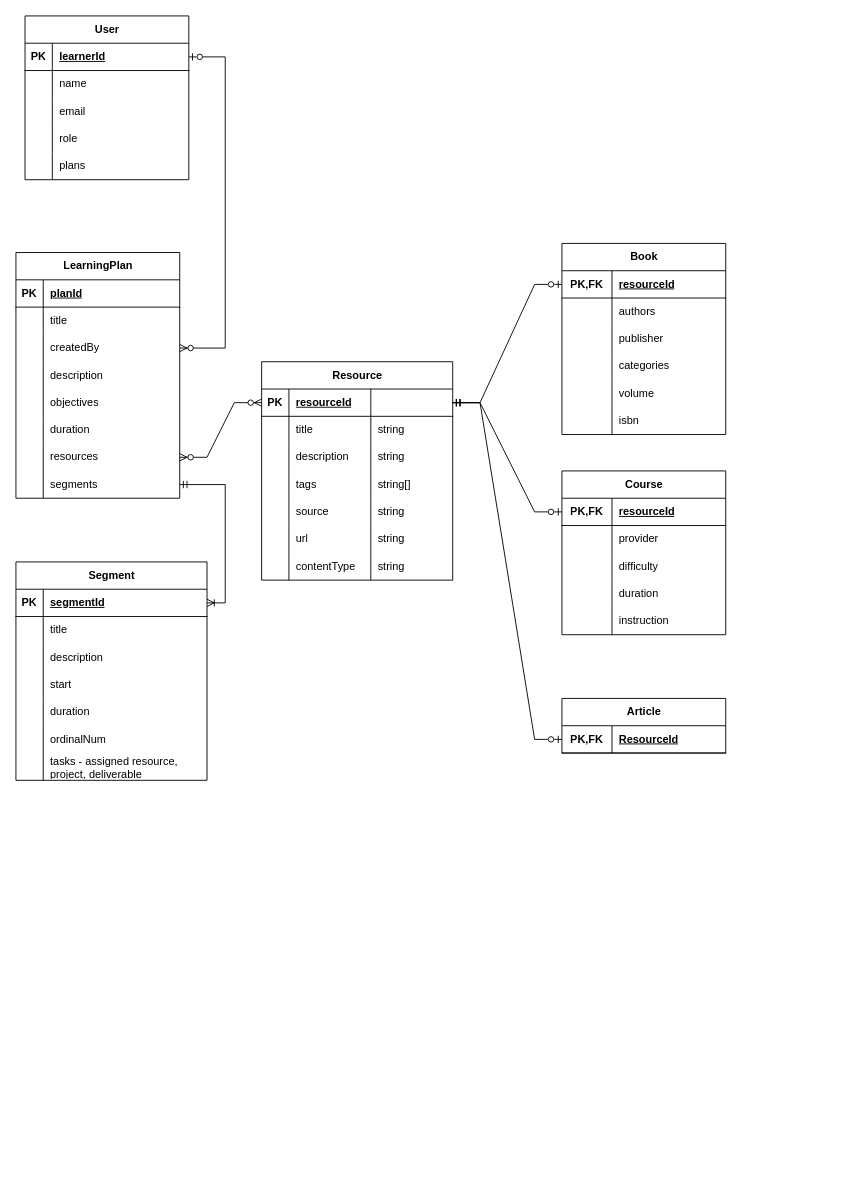
This is elle.drawio from suha-nathan/ellev2, a draw.io file, before an edit. Source tidied: cells renumbered, new cells numbered last; positions are measured from the earlier drawing's top-left corner, leaving out a move shared by most shapes. Both pictures are drawn from the tidied source at 91%, with x=0, y=0 at pixel (15, 15).
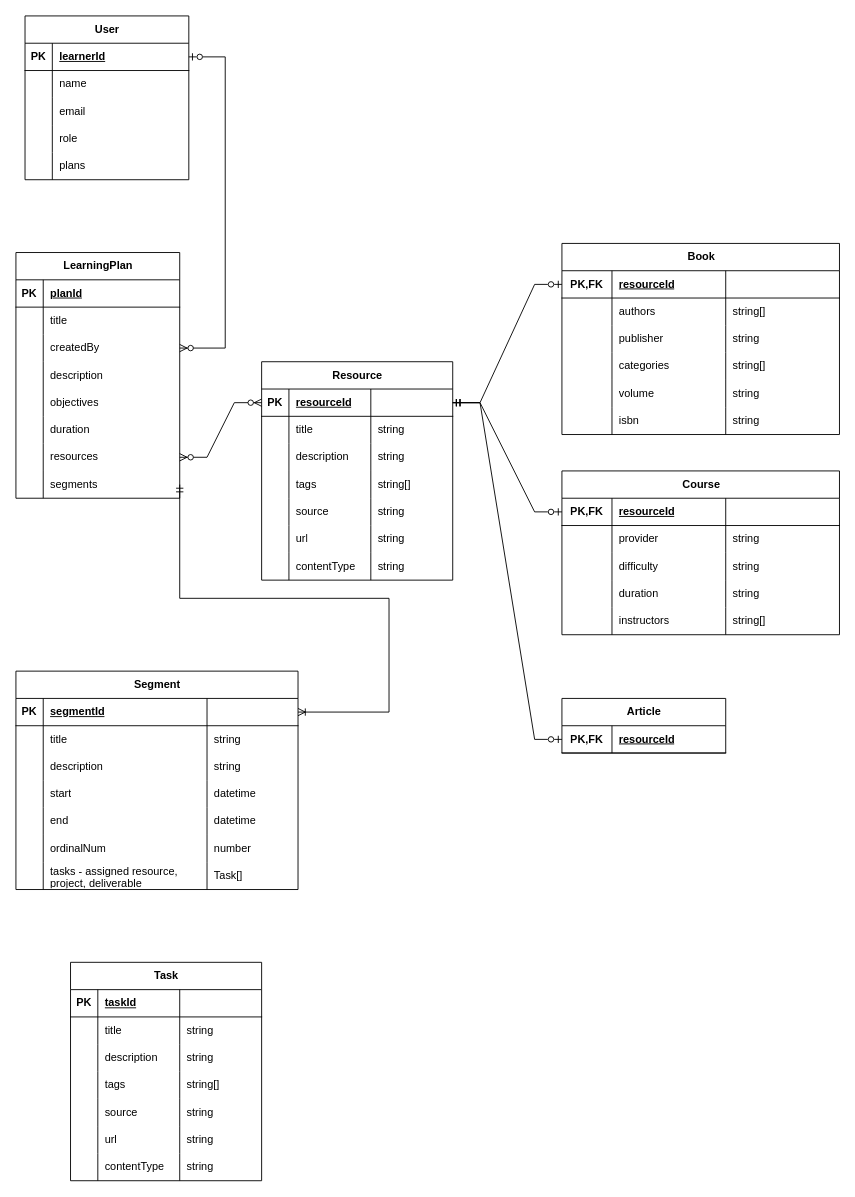
After the change.

The change refers to these unchanged cells:
```xml
<mxCell id="90" style="shape=tableRow;horizontal=0;startSize=0;swimlaneHead=0;swimlaneBody=0;fillColor=none;points=[[0,0.5],[1,0.5]];portConstraint=eastwest;top=0;left=0;right=0;bottom=0;" parent="68" vertex="1">
  <mxGeometry y="240" width="180" height="30" as="geometry" />
</mxCell>
<mxCell id="110" style="shape=tableRow;horizontal=0;startSize=0;swimlaneHead=0;swimlaneBody=0;fillColor=none;points=[[0,0.5],[1,0.5]];portConstraint=eastwest;top=0;left=0;right=0;bottom=1;" parent="109" vertex="1">
  <mxGeometry y="30" width="180" height="30" as="geometry" />
</mxCell>
```

The edit, as a diff of the source:
```diff
@@
     <mxCell id="31" value="Book" style="shape=table;startSize=30;childLayout=tableLayout;rowLines=0;fontStyle=1;align=center;html=1;" parent="1" vertex="1">
-      <mxGeometry x="600" y="250" width="180" height="210" as="geometry" />
+      <mxGeometry x="600" y="250" width="305" height="210" as="geometry" />
     </mxCell>
     <mxCell id="32" style="shape=tableRow;horizontal=0;startSize=0;swimlaneHead=0;swimlaneBody=0;fillColor=none;points=[[0,0.5],[1,0.5]];portConstraint=eastwest;top=0;left=0;right=0;bottom=1;" parent="31" vertex="1">
-      <mxGeometry y="30" width="180" height="30" as="geometry" />
+      <mxGeometry y="30" width="305" height="30" as="geometry" />
     </mxCell>
@@
+    <mxCell id="140" style="shape=partialRectangle;fillColor=none;top=0;left=0;bottom=0;right=0;align=left;spacingLeft=6;fontStyle=5;overflow=hidden;whiteSpace=wrap;html=1;" parent="32" vertex="1">
+      <mxGeometry x="180" width="125" height="30" as="geometry" />
+    </mxCell>
     <mxCell id="35" style="shape=tableRow;horizontal=0;startSize=0;swimlaneHead=0;swimlaneBody=0;fillColor=none;top=0;left=0;right=0;bottom=0;" parent="31" vertex="1">
-      <mxGeometry y="60" width="180" height="30" as="geometry" />
+      <mxGeometry y="60" width="305" height="30" as="geometry" />
     </mxCell>
@@
+    <mxCell id="141" value="string[]" style="shape=partialRectangle;fillColor=none;top=0;left=0;bottom=0;right=0;align=left;spacingLeft=6;overflow=hidden;whiteSpace=wrap;html=1;" parent="35" vertex="1">
+      <mxGeometry x="180" width="125" height="30" as="geometry" />
+    </mxCell>
     <mxCell id="38" style="shape=tableRow;horizontal=0;startSize=0;swimlaneHead=0;swimlaneBody=0;fillColor=none;top=0;left=0;right=0;bottom=0;" parent="31" vertex="1">
-      <mxGeometry y="90" width="180" height="30" as="geometry" />
+      <mxGeometry y="90" width="305" height="30" as="geometry" />
     </mxCell>
@@
+    <mxCell id="142" value="string" style="shape=partialRectangle;fillColor=none;top=0;left=0;bottom=0;right=0;align=left;spacingLeft=6;overflow=hidden;whiteSpace=wrap;html=1;" parent="38" vertex="1">
+      <mxGeometry x="180" width="125" height="30" as="geometry" />
+    </mxCell>
     <mxCell id="41" style="shape=tableRow;horizontal=0;startSize=0;swimlaneHead=0;swimlaneBody=0;fillColor=none;top=0;left=0;right=0;bottom=0;" parent="31" vertex="1">
-      <mxGeometry y="120" width="180" height="30" as="geometry" />
+      <mxGeometry y="120" width="305" height="30" as="geometry" />
     </mxCell>
@@
+    <mxCell id="143" value="string[]" style="shape=partialRectangle;fillColor=none;top=0;left=0;bottom=0;right=0;align=left;spacingLeft=6;overflow=hidden;whiteSpace=wrap;html=1;" parent="41" vertex="1">
+      <mxGeometry x="180" width="125" height="30" as="geometry" />
+    </mxCell>
     <mxCell id="44" style="shape=tableRow;horizontal=0;startSize=0;swimlaneHead=0;swimlaneBody=0;fillColor=none;top=0;left=0;right=0;bottom=0;" parent="31" vertex="1">
-      <mxGeometry y="150" width="180" height="30" as="geometry" />
+      <mxGeometry y="150" width="305" height="30" as="geometry" />
     </mxCell>
@@
+    <mxCell id="144" value="string" style="shape=partialRectangle;fillColor=none;top=0;left=0;bottom=0;right=0;align=left;spacingLeft=6;overflow=hidden;whiteSpace=wrap;html=1;" parent="44" vertex="1">
+      <mxGeometry x="180" width="125" height="30" as="geometry" />
+    </mxCell>
     <mxCell id="47" style="shape=tableRow;horizontal=0;startSize=0;swimlaneHead=0;swimlaneBody=0;fillColor=none;top=0;left=0;right=0;bottom=0;" parent="31" vertex="1">
-      <mxGeometry y="180" width="180" height="30" as="geometry" />
+      <mxGeometry y="180" width="305" height="30" as="geometry" />
     </mxCell>
@@
+    <mxCell id="145" value="string" style="shape=partialRectangle;fillColor=none;top=0;left=0;bottom=0;right=0;align=left;spacingLeft=6;overflow=hidden;whiteSpace=wrap;html=1;" parent="47" vertex="1">
+      <mxGeometry x="180" width="125" height="30" as="geometry" />
+    </mxCell>
@@
     <mxCell id="51" value="Course" style="shape=table;startSize=30;childLayout=tableLayout;rowLines=0;fontStyle=1;align=center;html=1;" parent="1" vertex="1">
-      <mxGeometry x="600" y="500" width="180" height="180" as="geometry" />
+      <mxGeometry x="600" y="500" width="305" height="180" as="geometry" />
     </mxCell>
     <mxCell id="52" style="shape=tableRow;horizontal=0;startSize=0;swimlaneHead=0;swimlaneBody=0;fillColor=none;points=[[0,0.5],[1,0.5]];portConstraint=eastwest;top=0;left=0;right=0;bottom=1;" parent="51" vertex="1">
-      <mxGeometry y="30" width="180" height="30" as="geometry" />
+      <mxGeometry y="30" width="305" height="30" as="geometry" />
     </mxCell>
@@
+    <mxCell id="146" style="shape=partialRectangle;fillColor=none;top=0;left=0;bottom=0;right=0;align=left;spacingLeft=6;fontStyle=5;overflow=hidden;whiteSpace=wrap;html=1;" parent="52" vertex="1">
+      <mxGeometry x="180" width="125" height="30" as="geometry" />
+    </mxCell>
     <mxCell id="55" style="shape=tableRow;horizontal=0;startSize=0;swimlaneHead=0;swimlaneBody=0;fillColor=none;top=0;left=0;right=0;bottom=0;" parent="51" vertex="1">
-      <mxGeometry y="60" width="180" height="30" as="geometry" />
+      <mxGeometry y="60" width="305" height="30" as="geometry" />
     </mxCell>
@@
+    <mxCell id="147" value="string" style="shape=partialRectangle;fillColor=none;top=0;left=0;bottom=0;right=0;align=left;spacingLeft=6;overflow=hidden;whiteSpace=wrap;html=1;" parent="55" vertex="1">
+      <mxGeometry x="180" width="125" height="30" as="geometry" />
+    </mxCell>
     <mxCell id="58" style="shape=tableRow;horizontal=0;startSize=0;swimlaneHead=0;swimlaneBody=0;fillColor=none;top=0;left=0;right=0;bottom=0;" parent="51" vertex="1">
-      <mxGeometry y="90" width="180" height="30" as="geometry" />
+      <mxGeometry y="90" width="305" height="30" as="geometry" />
     </mxCell>
@@
+    <mxCell id="148" value="string" style="shape=partialRectangle;fillColor=none;top=0;left=0;bottom=0;right=0;align=left;spacingLeft=6;overflow=hidden;whiteSpace=wrap;html=1;" parent="58" vertex="1">
+      <mxGeometry x="180" width="125" height="30" as="geometry" />
+    </mxCell>
     <mxCell id="61" style="shape=tableRow;horizontal=0;startSize=0;swimlaneHead=0;swimlaneBody=0;fillColor=none;top=0;left=0;right=0;bottom=0;" parent="51" vertex="1">
-      <mxGeometry y="120" width="180" height="30" as="geometry" />
+      <mxGeometry y="120" width="305" height="30" as="geometry" />
     </mxCell>
@@
+    <mxCell id="149" value="string" style="shape=partialRectangle;fillColor=none;top=0;left=0;bottom=0;right=0;align=left;spacingLeft=6;overflow=hidden;whiteSpace=wrap;html=1;" parent="61" vertex="1">
+      <mxGeometry x="180" width="125" height="30" as="geometry" />
+    </mxCell>
     <mxCell id="64" style="shape=tableRow;horizontal=0;startSize=0;swimlaneHead=0;swimlaneBody=0;fillColor=none;top=0;left=0;right=0;bottom=0;" parent="51" vertex="1">
-      <mxGeometry y="150" width="180" height="30" as="geometry" />
+      <mxGeometry y="150" width="305" height="30" as="geometry" />
     </mxCell>
@@
-    <mxCell id="66" value="instruction" style="shape=partialRectangle;fillColor=none;top=0;left=0;bottom=0;right=0;align=left;spacingLeft=6;overflow=hidden;whiteSpace=wrap;html=1;" parent="64" vertex="1">
+    <mxCell id="66" value="instructors" style="shape=partialRectangle;fillColor=none;top=0;left=0;bottom=0;right=0;align=left;spacingLeft=6;overflow=hidden;whiteSpace=wrap;html=1;" parent="64" vertex="1">
       <mxGeometry x="55" width="125" height="30" as="geometry" />
     </mxCell>
+    <mxCell id="150" value="string[]" style="shape=partialRectangle;fillColor=none;top=0;left=0;bottom=0;right=0;align=left;spacingLeft=6;overflow=hidden;whiteSpace=wrap;html=1;" parent="64" vertex="1">
+      <mxGeometry x="180" width="125" height="30" as="geometry" />
+    </mxCell>
@@
-    <mxCell id="112" value="ResourceId" style="shape=partialRectangle;fillColor=none;top=0;left=0;bottom=0;right=0;align=left;spacingLeft=6;fontStyle=5;overflow=hidden;whiteSpace=wrap;html=1;" parent="110" vertex="1">
+    <mxCell id="112" value="resourceId" style="shape=partialRectangle;fillColor=none;top=0;left=0;bottom=0;right=0;align=left;spacingLeft=6;fontStyle=5;overflow=hidden;whiteSpace=wrap;html=1;" parent="110" vertex="1">
       <mxGeometry x="55" width="125" height="30" as="geometry" />
     </mxCell>
@@
     <mxCell id="116" value="Segment" style="shape=table;startSize=30;childLayout=tableLayout;rowLines=0;fontStyle=1;align=center;html=1;" parent="1" vertex="1">
-      <mxGeometry y="600" width="210" height="240" as="geometry" />
+      <mxGeometry y="720" width="310" height="240" as="geometry" />
     </mxCell>
     <mxCell id="117" style="shape=tableRow;horizontal=0;startSize=0;swimlaneHead=0;swimlaneBody=0;fillColor=none;points=[[0,0.5],[1,0.5]];portConstraint=eastwest;top=0;left=0;right=0;bottom=1;" parent="116" vertex="1">
-      <mxGeometry y="30" width="210" height="30" as="geometry" />
+      <mxGeometry y="30" width="310" height="30" as="geometry" />
     </mxCell>
@@
+    <mxCell id="151" style="shape=partialRectangle;fillColor=none;top=0;left=0;bottom=0;right=0;align=left;spacingLeft=6;fontStyle=5;overflow=hidden;whiteSpace=wrap;html=1;" parent="117" vertex="1">
+      <mxGeometry x="210" width="100" height="30" as="geometry" />
+    </mxCell>
     <mxCell id="120" style="shape=tableRow;horizontal=0;startSize=0;swimlaneHead=0;swimlaneBody=0;fillColor=none;top=0;left=0;right=0;bottom=0;" parent="116" vertex="1">
-      <mxGeometry y="60" width="210" height="30" as="geometry" />
+      <mxGeometry y="60" width="310" height="30" as="geometry" />
     </mxCell>
@@
+    <mxCell id="152" value="string" style="shape=partialRectangle;fillColor=none;top=0;left=0;bottom=0;right=0;align=left;spacingLeft=6;overflow=hidden;whiteSpace=wrap;html=1;" parent="120" vertex="1">
+      <mxGeometry x="210" width="100" height="30" as="geometry" />
+    </mxCell>
     <mxCell id="123" style="shape=tableRow;horizontal=0;startSize=0;swimlaneHead=0;swimlaneBody=0;fillColor=none;points=[[0,0.5],[1,0.5]];portConstraint=eastwest;top=0;left=0;right=0;bottom=0;" parent="116" vertex="1">
-      <mxGeometry y="90" width="210" height="30" as="geometry" />
+      <mxGeometry y="90" width="310" height="30" as="geometry" />
     </mxCell>
@@
+    <mxCell id="153" value="string" style="shape=partialRectangle;fillColor=none;top=0;left=0;bottom=0;right=0;align=left;spacingLeft=6;overflow=hidden;whiteSpace=wrap;html=1;" parent="123" vertex="1">
+      <mxGeometry x="210" width="100" height="30" as="geometry" />
+    </mxCell>
     <mxCell id="126" style="shape=tableRow;horizontal=0;startSize=0;swimlaneHead=0;swimlaneBody=0;fillColor=none;top=0;left=0;right=0;bottom=0;" parent="116" vertex="1">
-      <mxGeometry y="120" width="210" height="30" as="geometry" />
+      <mxGeometry y="120" width="310" height="30" as="geometry" />
     </mxCell>
@@
+    <mxCell id="154" value="datetime" style="shape=partialRectangle;fillColor=none;top=0;left=0;bottom=0;right=0;align=left;spacingLeft=6;overflow=hidden;whiteSpace=wrap;html=1;" parent="126" vertex="1">
+      <mxGeometry x="210" width="100" height="30" as="geometry" />
+    </mxCell>
     <mxCell id="129" style="shape=tableRow;horizontal=0;startSize=0;swimlaneHead=0;swimlaneBody=0;fillColor=none;top=0;left=0;right=0;bottom=0;" parent="116" vertex="1">
-      <mxGeometry y="150" width="210" height="30" as="geometry" />
+      <mxGeometry y="150" width="310" height="30" as="geometry" />
     </mxCell>
@@
-    <mxCell id="131" value="duration" style="shape=partialRectangle;fillColor=none;top=0;left=0;bottom=0;right=0;align=left;spacingLeft=6;overflow=hidden;whiteSpace=wrap;html=1;" parent="129" vertex="1">
+    <mxCell id="131" value="end" style="shape=partialRectangle;fillColor=none;top=0;left=0;bottom=0;right=0;align=left;spacingLeft=6;overflow=hidden;whiteSpace=wrap;html=1;" parent="129" vertex="1">
       <mxGeometry x="30" width="180" height="30" as="geometry" />
     </mxCell>
+    <mxCell id="155" value="datetime" style="shape=partialRectangle;fillColor=none;top=0;left=0;bottom=0;right=0;align=left;spacingLeft=6;overflow=hidden;whiteSpace=wrap;html=1;" parent="129" vertex="1">
+      <mxGeometry x="210" width="100" height="30" as="geometry" />
+    </mxCell>
     <mxCell id="132" style="shape=tableRow;horizontal=0;startSize=0;swimlaneHead=0;swimlaneBody=0;fillColor=none;top=0;left=0;right=0;bottom=0;" parent="116" vertex="1">
-      <mxGeometry y="180" width="210" height="30" as="geometry" />
+      <mxGeometry y="180" width="310" height="30" as="geometry" />
     </mxCell>
@@
+    <mxCell id="156" value="number" style="shape=partialRectangle;fillColor=none;top=0;left=0;bottom=0;right=0;align=left;spacingLeft=6;overflow=hidden;whiteSpace=wrap;html=1;" parent="132" vertex="1">
+      <mxGeometry x="210" width="100" height="30" as="geometry" />
+    </mxCell>
     <mxCell id="135" style="shape=tableRow;horizontal=0;startSize=0;swimlaneHead=0;swimlaneBody=0;fillColor=none;top=0;left=0;right=0;bottom=0;" parent="116" vertex="1">
-      <mxGeometry y="210" width="210" height="30" as="geometry" />
+      <mxGeometry y="210" width="310" height="30" as="geometry" />
     </mxCell>
@@
+    <mxCell id="157" value="Task[]" style="shape=partialRectangle;fillColor=none;top=0;left=0;bottom=0;right=0;align=left;spacingLeft=6;overflow=hidden;whiteSpace=wrap;html=1;" parent="135" vertex="1">
+      <mxGeometry x="210" width="100" height="30" as="geometry" />
+    </mxCell>
@@
     <mxCell id="139" style="edgeStyle=orthogonalEdgeStyle;rounded=0;jettySize=auto;html=1;exitX=1;exitY=0.5;exitDx=0;exitDy=0;entryX=1;entryY=0.5;entryDx=0;entryDy=0;startArrow=ERmandOne;startFill=0;endArrow=ERoneToMany;endFill=0;" parent="1" edge="1" source="90" target="117">
-      <mxGeometry relative="1" as="geometry" />
+      <mxGeometry relative="1" as="geometry">
+        <Array as="points">
+          <mxPoint x="180" y="640" />
+          <mxPoint x="410" y="640" />
+          <mxPoint x="410" y="765" />
+        </Array>
+      </mxGeometry>
     </mxCell>
+    <mxCell id="158" value="Task" style="shape=table;startSize=30;childLayout=tableLayout;rowLines=0;fontStyle=1;align=center;html=1;" parent="1" vertex="1">
+      <mxGeometry x="60" y="1040" width="210" height="240" as="geometry" />
+    </mxCell>
+    <mxCell id="159" style="shape=tableRow;horizontal=0;startSize=0;swimlaneHead=0;swimlaneBody=0;fillColor=none;top=0;left=0;right=0;bottom=1;" parent="158" vertex="1">
+      <mxGeometry y="30" width="210" height="30" as="geometry" />
+    </mxCell>
+    <mxCell id="160" value="PK" style="shape=partialRectangle;fillColor=none;top=0;left=0;bottom=0;right=0;fontStyle=1;overflow=hidden;whiteSpace=wrap;html=1;" parent="159" vertex="1">
+      <mxGeometry width="30" height="30" as="geometry" />
+    </mxCell>
+    <mxCell id="161" value="taskId" style="shape=partialRectangle;fillColor=none;top=0;left=0;bottom=0;right=0;align=left;spacingLeft=6;fontStyle=5;overflow=hidden;whiteSpace=wrap;html=1;" parent="159" vertex="1">
+      <mxGeometry x="30" width="90" height="30" as="geometry" />
+    </mxCell>
+    <mxCell id="162" style="shape=partialRectangle;fillColor=none;top=0;left=0;bottom=0;right=0;align=left;spacingLeft=6;fontStyle=5;overflow=hidden;whiteSpace=wrap;html=1;" parent="159" vertex="1">
+      <mxGeometry x="120" width="90" height="30" as="geometry" />
+    </mxCell>
+    <mxCell id="163" style="shape=tableRow;horizontal=0;startSize=0;swimlaneHead=0;swimlaneBody=0;fillColor=none;top=0;left=0;right=0;bottom=0;" parent="158" vertex="1">
+      <mxGeometry y="60" width="210" height="30" as="geometry" />
+    </mxCell>
+    <mxCell id="164" style="shape=partialRectangle;fillColor=none;top=0;left=0;bottom=0;right=0;overflow=hidden;whiteSpace=wrap;html=1;" parent="163" vertex="1">
+      <mxGeometry width="30" height="30" as="geometry" />
+    </mxCell>
+    <mxCell id="165" value="title" style="shape=partialRectangle;fillColor=none;top=0;left=0;bottom=0;right=0;align=left;spacingLeft=6;overflow=hidden;whiteSpace=wrap;html=1;" parent="163" vertex="1">
+      <mxGeometry x="30" width="90" height="30" as="geometry" />
+    </mxCell>
+    <mxCell id="166" value="string" style="shape=partialRectangle;fillColor=none;top=0;left=0;bottom=0;right=0;align=left;spacingLeft=6;overflow=hidden;whiteSpace=wrap;html=1;" parent="163" vertex="1">
+      <mxGeometry x="120" width="90" height="30" as="geometry" />
+    </mxCell>
+    <mxCell id="167" style="shape=tableRow;horizontal=0;startSize=0;swimlaneHead=0;swimlaneBody=0;fillColor=none;top=0;left=0;right=0;bottom=0;" parent="158" vertex="1">
+      <mxGeometry y="90" width="210" height="30" as="geometry" />
+    </mxCell>
+    <mxCell id="168" style="shape=partialRectangle;fillColor=none;top=0;left=0;bottom=0;right=0;overflow=hidden;whiteSpace=wrap;html=1;" parent="167" vertex="1">
+      <mxGeometry width="30" height="30" as="geometry" />
+    </mxCell>
+    <mxCell id="169" value="description" style="shape=partialRectangle;fillColor=none;top=0;left=0;bottom=0;right=0;align=left;spacingLeft=6;overflow=hidden;whiteSpace=wrap;html=1;" parent="167" vertex="1">
+      <mxGeometry x="30" width="90" height="30" as="geometry" />
+    </mxCell>
+    <mxCell id="170" value="string" style="shape=partialRectangle;fillColor=none;top=0;left=0;bottom=0;right=0;align=left;spacingLeft=6;overflow=hidden;whiteSpace=wrap;html=1;" parent="167" vertex="1">
+      <mxGeometry x="120" width="90" height="30" as="geometry" />
+    </mxCell>
+    <mxCell id="171" style="shape=tableRow;horizontal=0;startSize=0;swimlaneHead=0;swimlaneBody=0;fillColor=none;top=0;left=0;right=0;bottom=0;" parent="158" vertex="1">
+      <mxGeometry y="120" width="210" height="30" as="geometry" />
+    </mxCell>
+    <mxCell id="172" style="shape=partialRectangle;fillColor=none;top=0;left=0;bottom=0;right=0;overflow=hidden;whiteSpace=wrap;html=1;" parent="171" vertex="1">
+      <mxGeometry width="30" height="30" as="geometry" />
+    </mxCell>
+    <mxCell id="173" value="tags" style="shape=partialRectangle;fillColor=none;top=0;left=0;bottom=0;right=0;align=left;spacingLeft=6;overflow=hidden;whiteSpace=wrap;html=1;" parent="171" vertex="1">
+      <mxGeometry x="30" width="90" height="30" as="geometry" />
+    </mxCell>
+    <mxCell id="174" value="string[]" style="shape=partialRectangle;fillColor=none;top=0;left=0;bottom=0;right=0;align=left;spacingLeft=6;overflow=hidden;whiteSpace=wrap;html=1;" parent="171" vertex="1">
+      <mxGeometry x="120" width="90" height="30" as="geometry" />
+    </mxCell>
+    <mxCell id="175" style="shape=tableRow;horizontal=0;startSize=0;swimlaneHead=0;swimlaneBody=0;fillColor=none;top=0;left=0;right=0;bottom=0;" parent="158" vertex="1">
+      <mxGeometry y="150" width="210" height="30" as="geometry" />
+    </mxCell>
+    <mxCell id="176" style="shape=partialRectangle;fillColor=none;top=0;left=0;bottom=0;right=0;overflow=hidden;whiteSpace=wrap;html=1;" parent="175" vertex="1">
+      <mxGeometry width="30" height="30" as="geometry" />
+    </mxCell>
+    <mxCell id="177" value="source" style="shape=partialRectangle;fillColor=none;top=0;left=0;bottom=0;right=0;align=left;spacingLeft=6;overflow=hidden;whiteSpace=wrap;html=1;" parent="175" vertex="1">
+      <mxGeometry x="30" width="90" height="30" as="geometry" />
+    </mxCell>
+    <mxCell id="178" value="string" style="shape=partialRectangle;fillColor=none;top=0;left=0;bottom=0;right=0;align=left;spacingLeft=6;overflow=hidden;whiteSpace=wrap;html=1;" parent="175" vertex="1">
+      <mxGeometry x="120" width="90" height="30" as="geometry" />
+    </mxCell>
+    <mxCell id="179" style="shape=tableRow;horizontal=0;startSize=0;swimlaneHead=0;swimlaneBody=0;fillColor=none;top=0;left=0;right=0;bottom=0;" parent="158" vertex="1">
+      <mxGeometry y="180" width="210" height="30" as="geometry" />
+    </mxCell>
+    <mxCell id="180" style="shape=partialRectangle;fillColor=none;top=0;left=0;bottom=0;right=0;overflow=hidden;whiteSpace=wrap;html=1;" parent="179" vertex="1">
+      <mxGeometry width="30" height="30" as="geometry" />
+    </mxCell>
+    <mxCell id="181" value="url" style="shape=partialRectangle;fillColor=none;top=0;left=0;bottom=0;right=0;align=left;spacingLeft=6;overflow=hidden;whiteSpace=wrap;html=1;" parent="179" vertex="1">
+      <mxGeometry x="30" width="90" height="30" as="geometry" />
+    </mxCell>
+    <mxCell id="182" value="string" style="shape=partialRectangle;fillColor=none;top=0;left=0;bottom=0;right=0;align=left;spacingLeft=6;overflow=hidden;whiteSpace=wrap;html=1;" parent="179" vertex="1">
+      <mxGeometry x="120" width="90" height="30" as="geometry" />
+    </mxCell>
+    <mxCell id="183" style="shape=tableRow;horizontal=0;startSize=0;swimlaneHead=0;swimlaneBody=0;fillColor=none;top=0;left=0;right=0;bottom=0;" parent="158" vertex="1">
+      <mxGeometry y="210" width="210" height="30" as="geometry" />
+    </mxCell>
+    <mxCell id="184" style="shape=partialRectangle;fillColor=none;top=0;left=0;bottom=0;right=0;overflow=hidden;whiteSpace=wrap;html=1;" parent="183" vertex="1">
+      <mxGeometry width="30" height="30" as="geometry" />
+    </mxCell>
+    <mxCell id="185" value="contentType" style="shape=partialRectangle;fillColor=none;top=0;left=0;bottom=0;right=0;align=left;spacingLeft=6;overflow=hidden;whiteSpace=wrap;html=1;" parent="183" vertex="1">
+      <mxGeometry x="30" width="90" height="30" as="geometry" />
+    </mxCell>
+    <mxCell id="186" value="string" style="shape=partialRectangle;fillColor=none;top=0;left=0;bottom=0;right=0;align=left;spacingLeft=6;overflow=hidden;whiteSpace=wrap;html=1;" parent="183" vertex="1">
+      <mxGeometry x="120" width="90" height="30" as="geometry" />
+    </mxCell>
```
